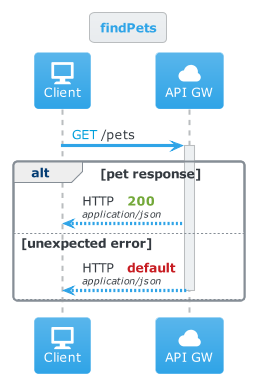
Above: getPets-cerulean.png in bschwarz/omskep (PlantUML), before the change.
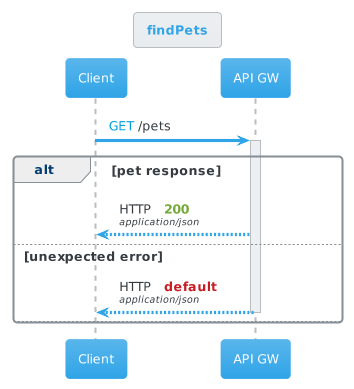
Later version of the same file.

What changed in the source:
```diff
@@ -2,7 +2,7 @@
 
 
 
-skinparam backgroundColor white
+skinparam backgroundColor transparent
 
 
 
@@ -14,9 +14,9 @@
 skinparam dpi                    100
 skinparam shadowing              false
 skinparam roundcorner            8
-skinparam ParticipantPadding     10
-skinparam BoxPadding             2
-skinparam Padding                2
+skinparam ParticipantPadding     40
+skinparam BoxPadding             40
+skinparam Padding                5
 skinparam ArrowColor             #868E96
 skinparam title {
 	FontColor	                 #2FA4E7
@@ -49,14 +49,14 @@
 skinparam sequence {
 	BorderColor #2FA4E7
 	TitleFontColor #2FA4E7
-	BackgroundColor white
+	BackgroundColor transparent
 	StartColor #2FA4E7
 	EndColor #2FA4E7
     ParticipantBackgroundColor #59B6EC-#2FA4E7
     ParticipantBorderColor #2FA4E7
 	ParticipantBorderThickness 0
 	ParticipantFontColor #FFF
-	ActorBackgroundColor white
+	ActorBackgroundColor transparent
     ActorBorderColor #2FA4E7
 	ActorFontColor #2FA4E7
 	ArrowThickness 3
@@ -75,7 +75,7 @@
     DividerBorderColor #868E96
     DividerBorderThickness 2
     DividerFontColor #343A40
-	ReferenceBackgroundColor white
+	ReferenceBackgroundColor transparent
 	ReferenceBorderColor #868E96
 	ReferenceFontColor #343A40
 	ReferenceHeaderFontColor #033C73
@@ -84,7 +84,7 @@
 skinparam partition {
 	BorderColor #2FA4E7
 	FontColor #2FA4E7
-	BackgroundColor white
+	BackgroundColor transparent
 }
 
 skinparam collections {
@@ -155,7 +155,7 @@
 
 skinparam cloud {
 	BackgroundColor white-lightskyblue
-	BorderColor white
+	BorderColor transparent
 	FontColor #343A40
 }
 
@@ -271,8 +271,8 @@
 }
 title findPets
 
-participant "<size:32><&monitor>\nClient" as C
-participant "<size:32><&cloud>\nAPI GW" as G
+participant "Client" as C
+participant "API GW" as G
 C->G: <color #009fdb>GET</color> /pets
 activate G
 alt pet response
```
